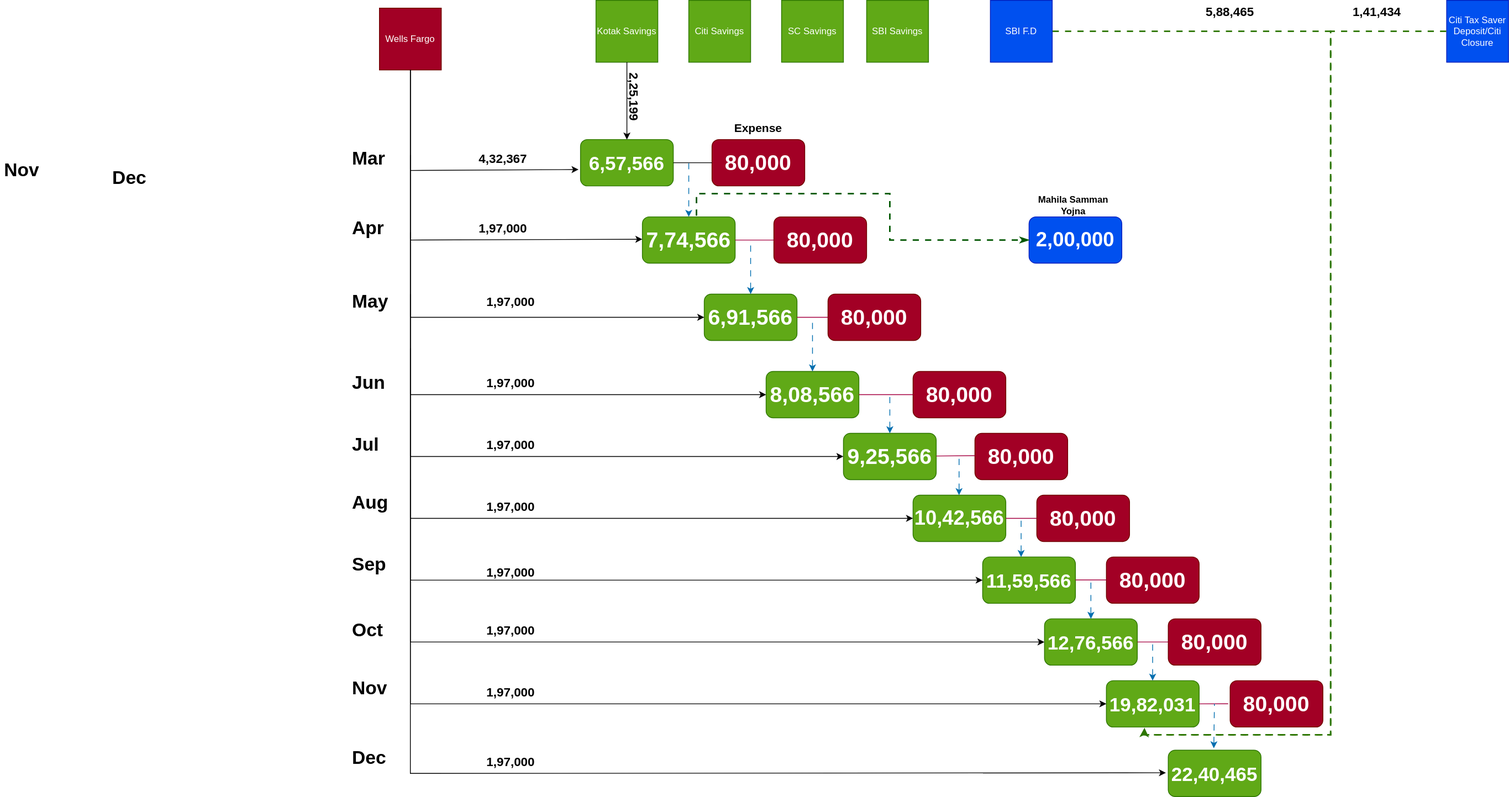
This is Investments.drawio.svg from uchiharizvi/design-diagrams, a draw.io export, as it was before one commit. Source tidied: cells renumbered, new cells last; positions are measured from the earlier drawing's top-left corner, leaving out a move shared by most shapes.
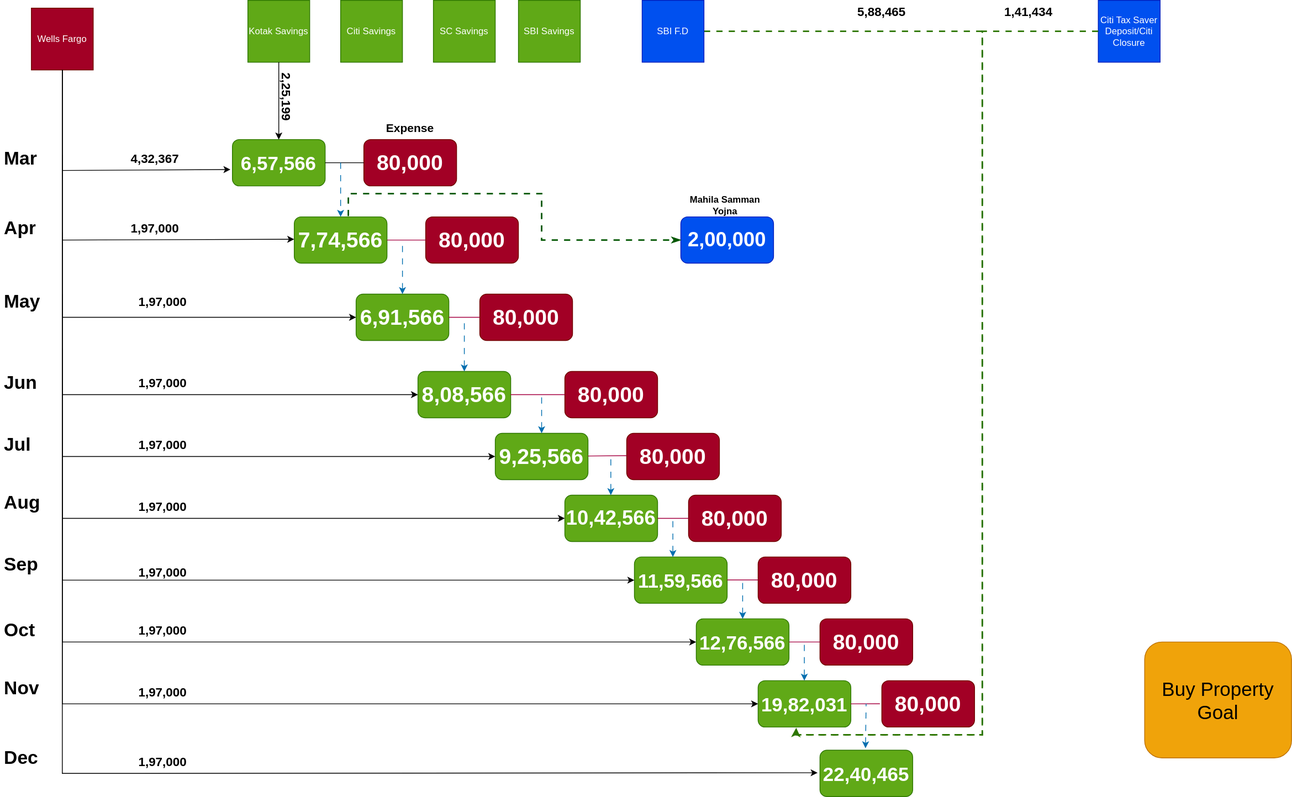
The same file after the commit.

Change to the diagram source:
```diff
@@ -167,12 +167,6 @@
     <mxCell id="43" value="&lt;h1&gt;Sep&lt;/h1&gt;" style="text;html=1;spacing=5;spacingTop=-20;whiteSpace=wrap;overflow=hidden;rounded=0;" parent="1" vertex="1">
       <mxGeometry x="450" y="710" width="110" height="40" as="geometry" />
     </mxCell>
-    <mxCell id="44" value="&lt;h1&gt;Dec&lt;/h1&gt;" style="text;html=1;spacing=5;spacingTop=-20;whiteSpace=wrap;overflow=hidden;rounded=0;" parent="1" vertex="1">
-      <mxGeometry x="140" y="210" width="110" height="40" as="geometry" />
-    </mxCell>
-    <mxCell id="45" value="&lt;h1&gt;Nov&lt;/h1&gt;" style="text;html=1;spacing=5;spacingTop=-20;whiteSpace=wrap;overflow=hidden;rounded=0;" parent="1" vertex="1">
-      <mxGeometry y="200" width="110" height="40" as="geometry" />
-    </mxCell>
     <mxCell id="46" value="&lt;font style=&quot;font-size: 28px;&quot;&gt;9,25,566&lt;/font&gt;" style="rounded=1;whiteSpace=wrap;html=1;fontStyle=1;fillColor=#60a917;fontColor=#ffffff;strokeColor=#2D7600;" parent="1" vertex="1">
       <mxGeometry x="1090" y="560" width="120" height="60" as="geometry" />
     </mxCell>
@@ -374,5 +368,8 @@
     <mxCell id="87" value="&lt;font style=&quot;font-size: 16px;&quot;&gt;1,41,434&lt;/font&gt;" style="text;html=1;align=center;verticalAlign=middle;whiteSpace=wrap;rounded=0;fontStyle=1;" parent="1" vertex="1">
       <mxGeometry x="1750" width="60" height="30" as="geometry" />
     </mxCell>
+    <mxCell id="88" value="&lt;font style=&quot;font-size: 25px;&quot;&gt;Buy Property Goal&lt;/font&gt;" style="rounded=1;whiteSpace=wrap;html=1;fillColor=#f0a30a;fontColor=#000000;strokeColor=#BD7000;" parent="1" vertex="1">
+      <mxGeometry x="1930" y="830" width="190" height="150" as="geometry" />
+    </mxCell>
   </root>
 </mxGraphModel>
```
